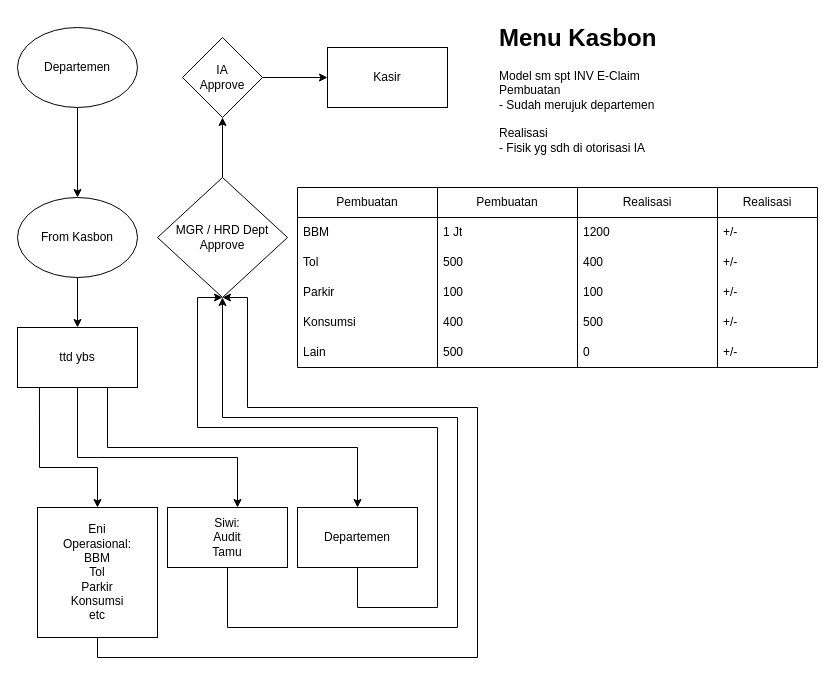
Earlier version of the draw.io diagram page "Menu Kasbon" (2 of 2) of LayoutSKL1-2.drawio (elangR1/drawio). Source tidied: cells renumbered, new cells numbered last; positions are measured from the earlier drawing's top-left corner, leaving out a move shared by most shapes. Both pictures are drawn from the tidied source at 100%, with x=0, y=0 at pixel (17, 17).
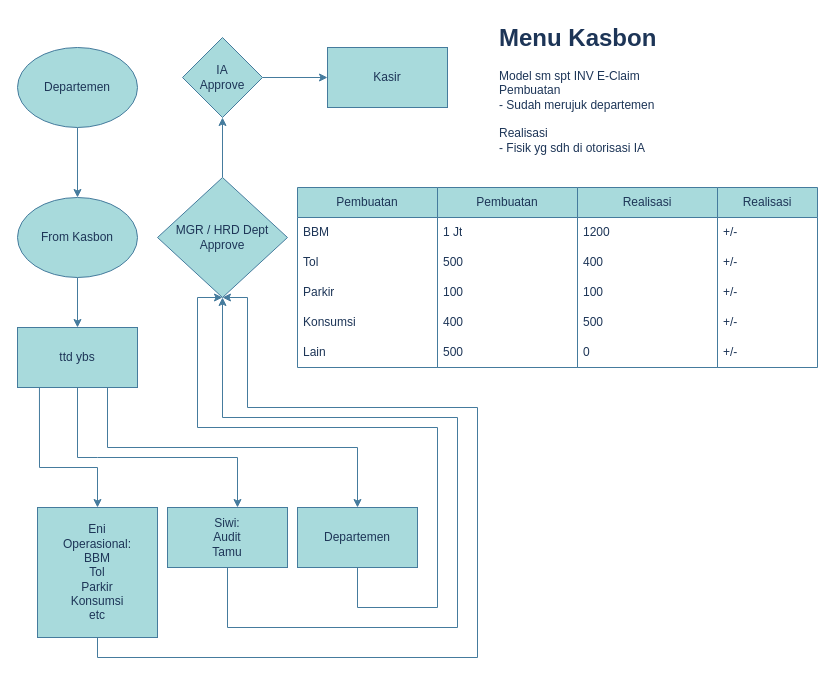
After the change.

Change to the diagram source:
```diff
@@
-    <mxCell id="2" style="edgeStyle=orthogonalEdgeStyle;rounded=0;jettySize=auto;html=1;" parent="1" edge="1" source="3" target="5">
+    <mxCell id="2" style="edgeStyle=orthogonalEdgeStyle;rounded=0;jettySize=auto;html=1;labelBackgroundColor=none;strokeColor=#457B9D;fontColor=default;" parent="1" edge="1" source="3" target="5">
       <mxGeometry relative="1" as="geometry" />
     </mxCell>
-    <mxCell id="3" value="Departemen" style="ellipse;whiteSpace=wrap;html=1;" parent="1" vertex="1">
-      <mxGeometry y="10" width="120" height="80" as="geometry" />
+    <mxCell id="3" value="Departemen" style="ellipse;whiteSpace=wrap;html=1;labelBackgroundColor=none;fillColor=#A8DADC;strokeColor=#457B9D;fontColor=#1D3557;" parent="1" vertex="1">
+      <mxGeometry y="30" width="120" height="80" as="geometry" />
     </mxCell>
-    <mxCell id="4" style="edgeStyle=orthogonalEdgeStyle;rounded=0;jettySize=auto;html=1;" parent="1" edge="1" source="5" target="10">
+    <mxCell id="4" style="edgeStyle=orthogonalEdgeStyle;rounded=0;jettySize=auto;html=1;labelBackgroundColor=none;strokeColor=#457B9D;fontColor=default;" parent="1" edge="1" source="5" target="10">
       <mxGeometry relative="1" as="geometry" />
     </mxCell>
-    <mxCell id="5" value="From Kasbon" style="ellipse;whiteSpace=wrap;html=1;" parent="1" vertex="1">
+    <mxCell id="5" value="From Kasbon" style="ellipse;whiteSpace=wrap;html=1;labelBackgroundColor=none;fillColor=#A8DADC;strokeColor=#457B9D;fontColor=#1D3557;" parent="1" vertex="1">
       <mxGeometry y="180" width="120" height="80" as="geometry" />
     </mxCell>
-    <mxCell id="6" style="edgeStyle=orthogonalEdgeStyle;rounded=0;jettySize=auto;html=1;exitX=0.5;exitY=1;exitDx=0;exitDy=0;entryX=0.5;entryY=1;entryDx=0;entryDy=0;" parent="1" edge="1" source="15" target="13">
+    <mxCell id="6" style="edgeStyle=orthogonalEdgeStyle;rounded=0;jettySize=auto;html=1;exitX=0.5;exitY=1;exitDx=0;exitDy=0;entryX=0.5;entryY=1;entryDx=0;entryDy=0;labelBackgroundColor=none;strokeColor=#457B9D;fontColor=default;" parent="1" edge="1" source="15" target="13">
       <mxGeometry relative="1" as="geometry">
         <Array as="points">
           <mxPoint x="80" y="640" />
           <mxPoint x="460" y="640" />
           <mxPoint x="460" y="390" />
           <mxPoint x="230" y="390" />
           <mxPoint x="230" y="280" />
         </Array>
       </mxGeometry>
     </mxCell>
-    <mxCell id="7" style="edgeStyle=orthogonalEdgeStyle;rounded=0;jettySize=auto;html=1;exitX=0.183;exitY=0.983;exitDx=0;exitDy=0;exitPerimeter=0;" parent="1" edge="1" source="10" target="15">
+    <mxCell id="7" style="edgeStyle=orthogonalEdgeStyle;rounded=0;jettySize=auto;html=1;exitX=0.183;exitY=0.983;exitDx=0;exitDy=0;exitPerimeter=0;labelBackgroundColor=none;strokeColor=#457B9D;fontColor=default;" parent="1" edge="1" source="10" target="15">
       <mxGeometry relative="1" as="geometry">
         <Array as="points">
           <mxPoint x="22" y="450" />
           <mxPoint x="80" y="450" />
         </Array>
       </mxGeometry>
     </mxCell>
-    <mxCell id="8" style="edgeStyle=orthogonalEdgeStyle;rounded=0;jettySize=auto;html=1;exitX=0.5;exitY=1;exitDx=0;exitDy=0;" parent="1" edge="1" source="10">
+    <mxCell id="8" style="edgeStyle=orthogonalEdgeStyle;rounded=0;jettySize=auto;html=1;exitX=0.5;exitY=1;exitDx=0;exitDy=0;labelBackgroundColor=none;strokeColor=#457B9D;fontColor=default;" parent="1" edge="1" source="10">
       <mxGeometry relative="1" as="geometry">
         <mxPoint x="220" y="490" as="targetPoint" />
         <Array as="points">
           <mxPoint x="80" y="440" />
           <mxPoint x="221" y="440" />
         </Array>
       </mxGeometry>
     </mxCell>
-    <mxCell id="9" style="edgeStyle=orthogonalEdgeStyle;rounded=0;jettySize=auto;html=1;exitX=0.75;exitY=1;exitDx=0;exitDy=0;" parent="1" edge="1" source="10" target="19">
+    <mxCell id="9" style="edgeStyle=orthogonalEdgeStyle;rounded=0;jettySize=auto;html=1;exitX=0.75;exitY=1;exitDx=0;exitDy=0;labelBackgroundColor=none;strokeColor=#457B9D;fontColor=default;" parent="1" edge="1" source="10" target="19">
       <mxGeometry relative="1" as="geometry" />
     </mxCell>
-    <mxCell id="10" value="ttd ybs" style="whiteSpace=wrap;html=1;" parent="1" vertex="1">
+    <mxCell id="10" value="ttd ybs" style="whiteSpace=wrap;html=1;labelBackgroundColor=none;fillColor=#A8DADC;strokeColor=#457B9D;fontColor=#1D3557;" parent="1" vertex="1">
       <mxGeometry y="310" width="120" height="60" as="geometry" />
     </mxCell>
-    <mxCell id="11" style="edgeStyle=orthogonalEdgeStyle;rounded=0;jettySize=auto;html=1;entryX=0;entryY=0.5;entryDx=0;entryDy=0;" parent="1" edge="1" source="20" target="14">
+    <mxCell id="11" style="edgeStyle=orthogonalEdgeStyle;rounded=0;jettySize=auto;html=1;entryX=0;entryY=0.5;entryDx=0;entryDy=0;labelBackgroundColor=none;strokeColor=#457B9D;fontColor=default;" parent="1" edge="1" source="20" target="14">
       <mxGeometry relative="1" as="geometry" />
     </mxCell>
-    <mxCell id="12" style="edgeStyle=orthogonalEdgeStyle;rounded=0;jettySize=auto;html=1;" parent="1" edge="1" source="13" target="20">
+    <mxCell id="12" style="edgeStyle=orthogonalEdgeStyle;rounded=0;jettySize=auto;html=1;labelBackgroundColor=none;strokeColor=#457B9D;fontColor=default;" parent="1" edge="1" source="13" target="20">
       <mxGeometry relative="1" as="geometry" />
     </mxCell>
-    <mxCell id="13" value="MGR / HRD Dept&lt;br&gt;Approve" style="rhombus;whiteSpace=wrap;html=1;" parent="1" vertex="1">
+    <mxCell id="13" value="MGR / HRD Dept&lt;br&gt;Approve" style="rhombus;whiteSpace=wrap;html=1;labelBackgroundColor=none;fillColor=#A8DADC;strokeColor=#457B9D;fontColor=#1D3557;" parent="1" vertex="1">
       <mxGeometry x="140" y="160" width="130" height="120" as="geometry" />
     </mxCell>
-    <mxCell id="14" value="Kasir" style="whiteSpace=wrap;html=1;" parent="1" vertex="1">
+    <mxCell id="14" value="Kasir" style="whiteSpace=wrap;html=1;labelBackgroundColor=none;fillColor=#A8DADC;strokeColor=#457B9D;fontColor=#1D3557;" parent="1" vertex="1">
       <mxGeometry x="310" y="30" width="120" height="60" as="geometry" />
     </mxCell>
-    <mxCell id="15" value="Eni&lt;br&gt;Operasional:&lt;br&gt;BBM&lt;br&gt;Tol&lt;br&gt;Parkir&lt;br&gt;Konsumsi&lt;br&gt;etc" style="whiteSpace=wrap;html=1;" parent="1" vertex="1">
+    <mxCell id="15" value="Eni&lt;br&gt;Operasional:&lt;br&gt;BBM&lt;br&gt;Tol&lt;br&gt;Parkir&lt;br&gt;Konsumsi&lt;br&gt;etc" style="whiteSpace=wrap;html=1;labelBackgroundColor=none;fillColor=#A8DADC;strokeColor=#457B9D;fontColor=#1D3557;" parent="1" vertex="1">
       <mxGeometry x="20" y="490" width="120" height="130" as="geometry" />
     </mxCell>
-    <mxCell id="16" style="edgeStyle=orthogonalEdgeStyle;rounded=0;jettySize=auto;html=1;entryX=0.5;entryY=1;entryDx=0;entryDy=0;exitX=0.5;exitY=1;exitDx=0;exitDy=0;" parent="1" edge="1" source="17" target="13">
+    <mxCell id="16" style="edgeStyle=orthogonalEdgeStyle;rounded=0;jettySize=auto;html=1;entryX=0.5;entryY=1;entryDx=0;entryDy=0;exitX=0.5;exitY=1;exitDx=0;exitDy=0;labelBackgroundColor=none;strokeColor=#457B9D;fontColor=default;" parent="1" edge="1" source="17" target="13">
       <mxGeometry relative="1" as="geometry">
         <Array as="points">
           <mxPoint x="210" y="610" />
           <mxPoint x="440" y="610" />
           <mxPoint x="440" y="400" />
           <mxPoint x="205" y="400" />
         </Array>
       </mxGeometry>
     </mxCell>
-    <mxCell id="17" value="Siwi:&lt;br&gt;Audit&lt;br&gt;Tamu" style="rounded=0;whiteSpace=wrap;html=1;" parent="1" vertex="1">
+    <mxCell id="17" value="Siwi:&lt;br&gt;Audit&lt;br&gt;Tamu" style="rounded=0;whiteSpace=wrap;html=1;labelBackgroundColor=none;fillColor=#A8DADC;strokeColor=#457B9D;fontColor=#1D3557;" parent="1" vertex="1">
       <mxGeometry x="150" y="490" width="120" height="60" as="geometry" />
     </mxCell>
-    <mxCell id="18" style="edgeStyle=orthogonalEdgeStyle;rounded=0;jettySize=auto;html=1;exitX=0.5;exitY=1;exitDx=0;exitDy=0;entryX=0.5;entryY=1;entryDx=0;entryDy=0;" parent="1" edge="1" source="19" target="13">
+    <mxCell id="18" style="edgeStyle=orthogonalEdgeStyle;rounded=0;jettySize=auto;html=1;exitX=0.5;exitY=1;exitDx=0;exitDy=0;entryX=0.5;entryY=1;entryDx=0;entryDy=0;labelBackgroundColor=none;strokeColor=#457B9D;fontColor=default;" parent="1" edge="1" source="19" target="13">
       <mxGeometry relative="1" as="geometry">
         <Array as="points">
           <mxPoint x="340" y="590" />
           <mxPoint x="420" y="590" />
           <mxPoint x="420" y="410" />
           <mxPoint x="180" y="410" />
           <mxPoint x="180" y="280" />
         </Array>
       </mxGeometry>
     </mxCell>
-    <mxCell id="19" value="Departemen" style="rounded=0;whiteSpace=wrap;html=1;" parent="1" vertex="1">
+    <mxCell id="19" value="Departemen" style="rounded=0;whiteSpace=wrap;html=1;labelBackgroundColor=none;fillColor=#A8DADC;strokeColor=#457B9D;fontColor=#1D3557;" parent="1" vertex="1">
       <mxGeometry x="280" y="490" width="120" height="60" as="geometry" />
     </mxCell>
-    <mxCell id="20" value="IA&lt;br&gt;Approve" style="rhombus;whiteSpace=wrap;html=1;" parent="1" vertex="1">
+    <mxCell id="20" value="IA&lt;br&gt;Approve" style="rhombus;whiteSpace=wrap;html=1;labelBackgroundColor=none;fillColor=#A8DADC;strokeColor=#457B9D;fontColor=#1D3557;" parent="1" vertex="1">
       <mxGeometry x="165" y="20" width="80" height="80" as="geometry" />
     </mxCell>
-    <mxCell id="21" value="&lt;h1 style=&quot;margin-top: 0px;&quot;&gt;Menu Kasbon&lt;/h1&gt;&lt;p&gt;Model sm spt INV E-Claim&lt;br&gt;Pembuatan &lt;br&gt;- Sudah merujuk departemen&lt;br&gt;&lt;br&gt;Realisasi&lt;br&gt;- Fisik yg sdh di otorisasi IA&lt;/p&gt;" style="text;html=1;whiteSpace=wrap;overflow=hidden;rounded=0;" parent="1" vertex="1">
+    <mxCell id="21" value="&lt;h1 style=&quot;margin-top: 0px;&quot;&gt;Menu Kasbon&lt;/h1&gt;&lt;p&gt;Model sm spt INV E-Claim&lt;br&gt;Pembuatan &lt;br&gt;- Sudah merujuk departemen&lt;br&gt;&lt;br&gt;Realisasi&lt;br&gt;- Fisik yg sdh di otorisasi IA&lt;/p&gt;" style="text;html=1;whiteSpace=wrap;overflow=hidden;rounded=0;labelBackgroundColor=none;fontColor=#1D3557;" parent="1" vertex="1">
       <mxGeometry x="480" width="280" height="150" as="geometry" />
     </mxCell>
-    <mxCell id="22" value="Pembuatan" style="swimlane;fontStyle=0;horizontal=1;startSize=30;whiteSpace=wrap;html=1;" parent="1" vertex="1">
+    <mxCell id="22" value="Pembuatan" style="swimlane;fontStyle=0;horizontal=1;startSize=30;whiteSpace=wrap;html=1;labelBackgroundColor=none;fillColor=#A8DADC;strokeColor=#457B9D;fontColor=#1D3557;" parent="1" vertex="1">
       <mxGeometry x="280" y="170" width="140" height="180" as="geometry" />
     </mxCell>
-    <mxCell id="23" value="BBM" style="text;strokeColor=none;fillColor=none;align=left;verticalAlign=middle;spacingLeft=4;spacingRight=4;overflow=hidden;whiteSpace=wrap;html=1;" parent="22" vertex="1">
+    <mxCell id="23" value="BBM" style="text;strokeColor=none;fillColor=none;align=left;verticalAlign=middle;spacingLeft=4;spacingRight=4;overflow=hidden;whiteSpace=wrap;html=1;labelBackgroundColor=none;fontColor=#1D3557;" parent="22" vertex="1">
       <mxGeometry y="30" width="140" height="30" as="geometry" />
     </mxCell>
-    <mxCell id="24" value="Tol" style="text;strokeColor=none;fillColor=none;align=left;verticalAlign=middle;spacingLeft=4;spacingRight=4;overflow=hidden;whiteSpace=wrap;html=1;" parent="22" vertex="1">
+    <mxCell id="24" value="Tol" style="text;strokeColor=none;fillColor=none;align=left;verticalAlign=middle;spacingLeft=4;spacingRight=4;overflow=hidden;whiteSpace=wrap;html=1;labelBackgroundColor=none;fontColor=#1D3557;" parent="22" vertex="1">
       <mxGeometry y="60" width="140" height="30" as="geometry" />
     </mxCell>
-    <mxCell id="25" value="Parkir" style="text;strokeColor=none;fillColor=none;align=left;verticalAlign=middle;spacingLeft=4;spacingRight=4;overflow=hidden;whiteSpace=wrap;html=1;" parent="22" vertex="1">
+    <mxCell id="25" value="Parkir" style="text;strokeColor=none;fillColor=none;align=left;verticalAlign=middle;spacingLeft=4;spacingRight=4;overflow=hidden;whiteSpace=wrap;html=1;labelBackgroundColor=none;fontColor=#1D3557;" parent="22" vertex="1">
       <mxGeometry y="90" width="140" height="30" as="geometry" />
     </mxCell>
-    <mxCell id="26" value="Konsumsi" style="text;strokeColor=none;fillColor=none;align=left;verticalAlign=middle;spacingLeft=4;spacingRight=4;overflow=hidden;whiteSpace=wrap;html=1;" parent="22" vertex="1">
+    <mxCell id="26" value="Konsumsi" style="text;strokeColor=none;fillColor=none;align=left;verticalAlign=middle;spacingLeft=4;spacingRight=4;overflow=hidden;whiteSpace=wrap;html=1;labelBackgroundColor=none;fontColor=#1D3557;" parent="22" vertex="1">
       <mxGeometry y="120" width="140" height="30" as="geometry" />
     </mxCell>
-    <mxCell id="27" value="Lain" style="text;strokeColor=none;fillColor=none;align=left;verticalAlign=middle;spacingLeft=4;spacingRight=4;overflow=hidden;whiteSpace=wrap;html=1;" parent="22" vertex="1">
+    <mxCell id="27" value="Lain" style="text;strokeColor=none;fillColor=none;align=left;verticalAlign=middle;spacingLeft=4;spacingRight=4;overflow=hidden;whiteSpace=wrap;html=1;labelBackgroundColor=none;fontColor=#1D3557;" parent="22" vertex="1">
       <mxGeometry y="150" width="140" height="30" as="geometry" />
     </mxCell>
-    <mxCell id="28" value="Pembuatan" style="swimlane;fontStyle=0;horizontal=1;startSize=30;whiteSpace=wrap;html=1;" parent="1" vertex="1">
+    <mxCell id="28" value="Pembuatan" style="swimlane;fontStyle=0;horizontal=1;startSize=30;whiteSpace=wrap;html=1;labelBackgroundColor=none;fillColor=#A8DADC;strokeColor=#457B9D;fontColor=#1D3557;" parent="1" vertex="1">
       <mxGeometry x="420" y="170" width="140" height="180" as="geometry" />
     </mxCell>
-    <mxCell id="29" value="1 Jt" style="text;strokeColor=none;fillColor=none;align=left;verticalAlign=middle;spacingLeft=4;spacingRight=4;overflow=hidden;whiteSpace=wrap;html=1;" parent="28" vertex="1">
+    <mxCell id="29" value="1 Jt" style="text;strokeColor=none;fillColor=none;align=left;verticalAlign=middle;spacingLeft=4;spacingRight=4;overflow=hidden;whiteSpace=wrap;html=1;labelBackgroundColor=none;fontColor=#1D3557;" parent="28" vertex="1">
       <mxGeometry y="30" width="140" height="30" as="geometry" />
     </mxCell>
-    <mxCell id="30" value="500" style="text;strokeColor=none;fillColor=none;align=left;verticalAlign=middle;spacingLeft=4;spacingRight=4;overflow=hidden;whiteSpace=wrap;html=1;" parent="28" vertex="1">
+    <mxCell id="30" value="500" style="text;strokeColor=none;fillColor=none;align=left;verticalAlign=middle;spacingLeft=4;spacingRight=4;overflow=hidden;whiteSpace=wrap;html=1;labelBackgroundColor=none;fontColor=#1D3557;" parent="28" vertex="1">
       <mxGeometry y="60" width="140" height="30" as="geometry" />
     </mxCell>
-    <mxCell id="31" value="100" style="text;strokeColor=none;fillColor=none;align=left;verticalAlign=middle;spacingLeft=4;spacingRight=4;overflow=hidden;whiteSpace=wrap;html=1;" parent="28" vertex="1">
+    <mxCell id="31" value="100" style="text;strokeColor=none;fillColor=none;align=left;verticalAlign=middle;spacingLeft=4;spacingRight=4;overflow=hidden;whiteSpace=wrap;html=1;labelBackgroundColor=none;fontColor=#1D3557;" parent="28" vertex="1">
       <mxGeometry y="90" width="140" height="30" as="geometry" />
     </mxCell>
-    <mxCell id="32" value="400" style="text;strokeColor=none;fillColor=none;align=left;verticalAlign=middle;spacingLeft=4;spacingRight=4;overflow=hidden;whiteSpace=wrap;html=1;" parent="28" vertex="1">
+    <mxCell id="32" value="400" style="text;strokeColor=none;fillColor=none;align=left;verticalAlign=middle;spacingLeft=4;spacingRight=4;overflow=hidden;whiteSpace=wrap;html=1;labelBackgroundColor=none;fontColor=#1D3557;" parent="28" vertex="1">
       <mxGeometry y="120" width="140" height="30" as="geometry" />
     </mxCell>
-    <mxCell id="33" value="500" style="text;strokeColor=none;fillColor=none;align=left;verticalAlign=middle;spacingLeft=4;spacingRight=4;overflow=hidden;whiteSpace=wrap;html=1;" parent="28" vertex="1">
+    <mxCell id="33" value="500" style="text;strokeColor=none;fillColor=none;align=left;verticalAlign=middle;spacingLeft=4;spacingRight=4;overflow=hidden;whiteSpace=wrap;html=1;labelBackgroundColor=none;fontColor=#1D3557;" parent="28" vertex="1">
       <mxGeometry y="150" width="140" height="30" as="geometry" />
     </mxCell>
-    <mxCell id="34" value="Realisasi" style="swimlane;fontStyle=0;horizontal=1;startSize=30;whiteSpace=wrap;html=1;" parent="1" vertex="1">
+    <mxCell id="34" value="Realisasi" style="swimlane;fontStyle=0;horizontal=1;startSize=30;whiteSpace=wrap;html=1;labelBackgroundColor=none;fillColor=#A8DADC;strokeColor=#457B9D;fontColor=#1D3557;" parent="1" vertex="1">
       <mxGeometry x="560" y="170" width="140" height="180" as="geometry" />
     </mxCell>
-    <mxCell id="35" value="1200" style="text;strokeColor=none;fillColor=none;align=left;verticalAlign=middle;spacingLeft=4;spacingRight=4;overflow=hidden;whiteSpace=wrap;html=1;" parent="34" vertex="1">
+    <mxCell id="35" value="1200" style="text;strokeColor=none;fillColor=none;align=left;verticalAlign=middle;spacingLeft=4;spacingRight=4;overflow=hidden;whiteSpace=wrap;html=1;labelBackgroundColor=none;fontColor=#1D3557;" parent="34" vertex="1">
       <mxGeometry y="30" width="140" height="30" as="geometry" />
     </mxCell>
-    <mxCell id="36" value="400" style="text;strokeColor=none;fillColor=none;align=left;verticalAlign=middle;spacingLeft=4;spacingRight=4;overflow=hidden;whiteSpace=wrap;html=1;" parent="34" vertex="1">
+    <mxCell id="36" value="400" style="text;strokeColor=none;fillColor=none;align=left;verticalAlign=middle;spacingLeft=4;spacingRight=4;overflow=hidden;whiteSpace=wrap;html=1;labelBackgroundColor=none;fontColor=#1D3557;" parent="34" vertex="1">
       <mxGeometry y="60" width="140" height="30" as="geometry" />
     </mxCell>
-    <mxCell id="37" value="100" style="text;strokeColor=none;fillColor=none;align=left;verticalAlign=middle;spacingLeft=4;spacingRight=4;overflow=hidden;whiteSpace=wrap;html=1;" parent="34" vertex="1">
+    <mxCell id="37" value="100" style="text;strokeColor=none;fillColor=none;align=left;verticalAlign=middle;spacingLeft=4;spacingRight=4;overflow=hidden;whiteSpace=wrap;html=1;labelBackgroundColor=none;fontColor=#1D3557;" parent="34" vertex="1">
       <mxGeometry y="90" width="140" height="30" as="geometry" />
     </mxCell>
-    <mxCell id="38" value="500" style="text;strokeColor=none;fillColor=none;align=left;verticalAlign=middle;spacingLeft=4;spacingRight=4;overflow=hidden;whiteSpace=wrap;html=1;" parent="34" vertex="1">
+    <mxCell id="38" value="500" style="text;strokeColor=none;fillColor=none;align=left;verticalAlign=middle;spacingLeft=4;spacingRight=4;overflow=hidden;whiteSpace=wrap;html=1;labelBackgroundColor=none;fontColor=#1D3557;" parent="34" vertex="1">
       <mxGeometry y="120" width="140" height="30" as="geometry" />
     </mxCell>
-    <mxCell id="39" value="0" style="text;strokeColor=none;fillColor=none;align=left;verticalAlign=middle;spacingLeft=4;spacingRight=4;overflow=hidden;whiteSpace=wrap;html=1;" parent="34" vertex="1">
+    <mxCell id="39" value="0" style="text;strokeColor=none;fillColor=none;align=left;verticalAlign=middle;spacingLeft=4;spacingRight=4;overflow=hidden;whiteSpace=wrap;html=1;labelBackgroundColor=none;fontColor=#1D3557;" parent="34" vertex="1">
       <mxGeometry y="150" width="140" height="30" as="geometry" />
     </mxCell>
-    <mxCell id="40" value="Realisasi" style="swimlane;fontStyle=0;horizontal=1;startSize=30;whiteSpace=wrap;html=1;" parent="1" vertex="1">
+    <mxCell id="40" value="Realisasi" style="swimlane;fontStyle=0;horizontal=1;startSize=30;whiteSpace=wrap;html=1;labelBackgroundColor=none;fillColor=#A8DADC;strokeColor=#457B9D;fontColor=#1D3557;" parent="1" vertex="1">
       <mxGeometry x="700" y="170" width="100" height="180" as="geometry" />
     </mxCell>
-    <mxCell id="41" value="+/-" style="text;strokeColor=none;fillColor=none;align=left;verticalAlign=middle;spacingLeft=4;spacingRight=4;overflow=hidden;whiteSpace=wrap;html=1;" parent="40" vertex="1">
+    <mxCell id="41" value="+/-" style="text;strokeColor=none;fillColor=none;align=left;verticalAlign=middle;spacingLeft=4;spacingRight=4;overflow=hidden;whiteSpace=wrap;html=1;labelBackgroundColor=none;fontColor=#1D3557;" parent="40" vertex="1">
       <mxGeometry y="30" width="100" height="30" as="geometry" />
     </mxCell>
-    <mxCell id="42" value="+/-" style="text;strokeColor=none;fillColor=none;align=left;verticalAlign=middle;spacingLeft=4;spacingRight=4;overflow=hidden;whiteSpace=wrap;html=1;" parent="40" vertex="1">
+    <mxCell id="42" value="+/-" style="text;strokeColor=none;fillColor=none;align=left;verticalAlign=middle;spacingLeft=4;spacingRight=4;overflow=hidden;whiteSpace=wrap;html=1;labelBackgroundColor=none;fontColor=#1D3557;" parent="40" vertex="1">
       <mxGeometry y="60" width="100" height="30" as="geometry" />
     </mxCell>
-    <mxCell id="43" value="+/-" style="text;strokeColor=none;fillColor=none;align=left;verticalAlign=middle;spacingLeft=4;spacingRight=4;overflow=hidden;whiteSpace=wrap;html=1;" parent="40" vertex="1">
+    <mxCell id="43" value="+/-" style="text;strokeColor=none;fillColor=none;align=left;verticalAlign=middle;spacingLeft=4;spacingRight=4;overflow=hidden;whiteSpace=wrap;html=1;labelBackgroundColor=none;fontColor=#1D3557;" parent="40" vertex="1">
       <mxGeometry y="90" width="100" height="30" as="geometry" />
     </mxCell>
-    <mxCell id="44" value="+/-" style="text;strokeColor=none;fillColor=none;align=left;verticalAlign=middle;spacingLeft=4;spacingRight=4;overflow=hidden;whiteSpace=wrap;html=1;" parent="40" vertex="1">
+    <mxCell id="44" value="+/-" style="text;strokeColor=none;fillColor=none;align=left;verticalAlign=middle;spacingLeft=4;spacingRight=4;overflow=hidden;whiteSpace=wrap;html=1;labelBackgroundColor=none;fontColor=#1D3557;" parent="40" vertex="1">
       <mxGeometry y="120" width="100" height="30" as="geometry" />
     </mxCell>
-    <mxCell id="45" value="+/-" style="text;strokeColor=none;fillColor=none;align=left;verticalAlign=middle;spacingLeft=4;spacingRight=4;overflow=hidden;whiteSpace=wrap;html=1;" parent="40" vertex="1">
+    <mxCell id="45" value="+/-" style="text;strokeColor=none;fillColor=none;align=left;verticalAlign=middle;spacingLeft=4;spacingRight=4;overflow=hidden;whiteSpace=wrap;html=1;labelBackgroundColor=none;fontColor=#1D3557;" parent="40" vertex="1">
       <mxGeometry y="150" width="100" height="30" as="geometry" />
     </mxCell>
```
